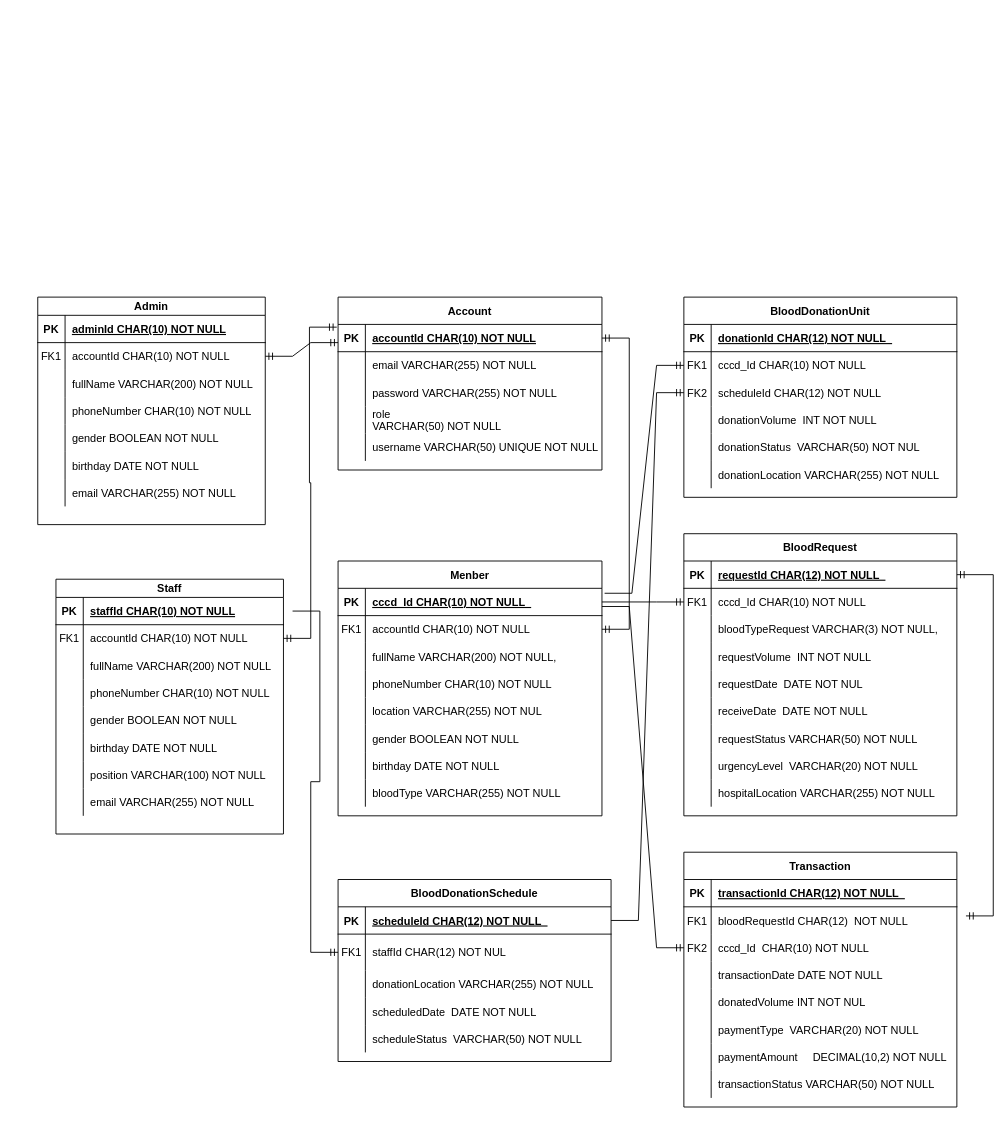
Earlier version of the draw.io diagram ERD.drawio (ThanhDucP/SU25_SWP391). Source tidied: cells renumbered, new cells numbered last; positions are measured from the earlier drawing's top-left corner, leaving out a move shared by most shapes. Both pictures are drawn from the tidied source at 91%, with x=0, y=0 at pixel (37, 297).
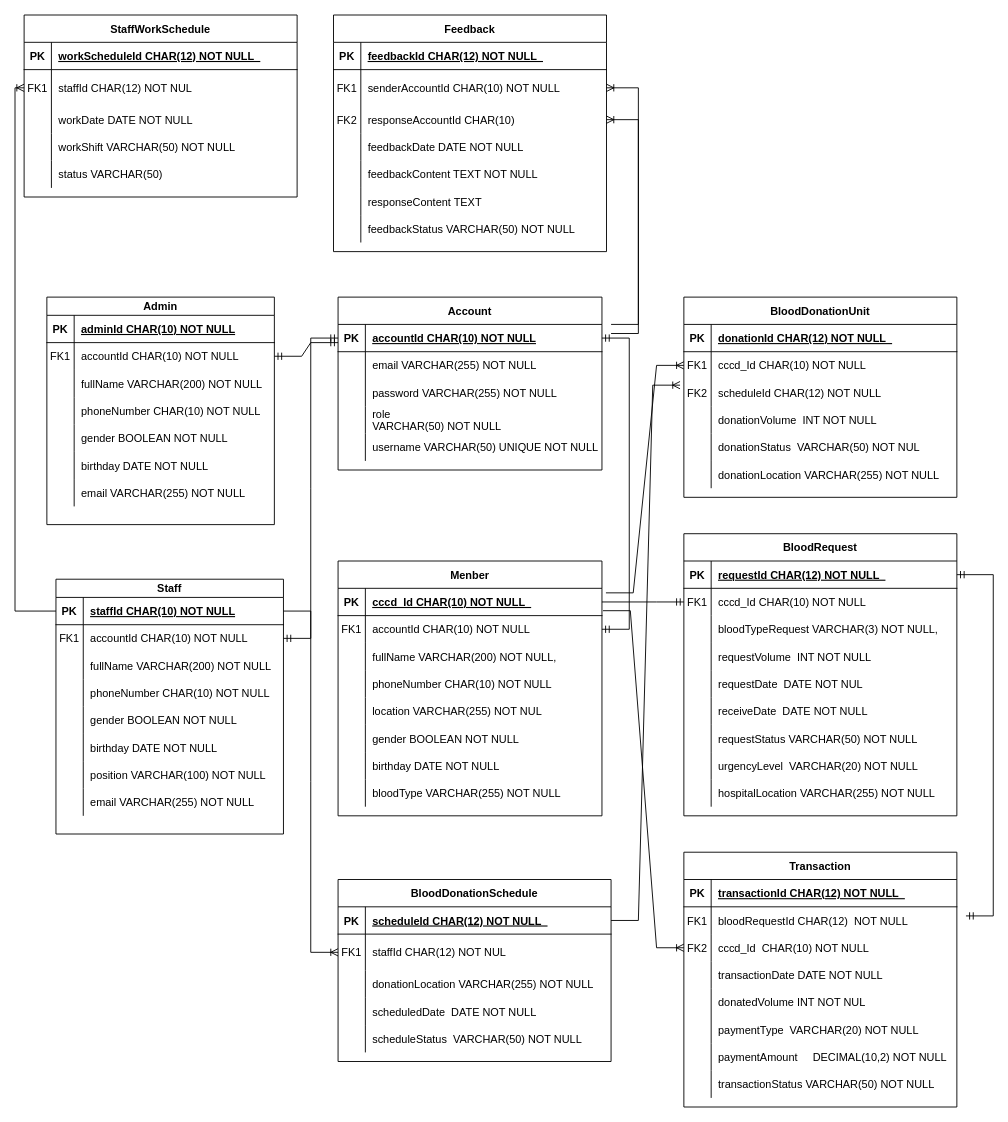
After the change.

Commit message:
Cập nhật ERD.drawio

Unchanged cells that the change refers to:
```xml
<mxCell id="3" style="shape=partialRectangle;fillColor=none;points=[[0,0.5],[1,0.5]];portConstraint=eastwest;top=0;left=0;right=0;bottom=1;" parent="2" vertex="1">
  <mxGeometry y="30" width="290" height="30" as="geometry" />
</mxCell>
<mxCell id="28" style="shape=partialRectangle;fillColor=none;points=[[0,0.5],[1,0.5]];portConstraint=eastwest;top=0;left=0;right=0;bottom=1;" parent="27" vertex="1">
  <mxGeometry y="20" width="250" height="30" as="geometry" />
</mxCell>
<mxCell id="31" style="shape=partialRectangle;fillColor=none;points=[[0,0.5],[1,0.5]];portConstraint=eastwest;top=0;left=0;right=0;bottom=0;" parent="27" vertex="1">
  <mxGeometry y="50" width="250" height="30" as="geometry" />
</mxCell>
<mxCell id="53" style="shape=partialRectangle;fillColor=none;points=[[0,0.5],[1,0.5]];portConstraint=eastwest;top=0;left=0;right=0;bottom=1;" parent="52" vertex="1">
  <mxGeometry y="30" width="290" height="30" as="geometry" />
</mxCell>
<mxCell id="94" style="shape=partialRectangle;fillColor=none;points=[[0,0.5],[1,0.5]];portConstraint=eastwest;top=0;left=0;right=0;bottom=0;" parent="90" vertex="1">
  <mxGeometry y="60" width="300" height="30" as="geometry" />
</mxCell>
<mxCell id="97" style="shape=partialRectangle;fillColor=none;points=[[0,0.5],[1,0.5]];portConstraint=eastwest;top=0;left=0;right=0;bottom=0;" parent="90" vertex="1">
  <mxGeometry y="90" width="300" height="30" as="geometry" />
</mxCell>
<mxCell id="110" style="shape=partialRectangle;fillColor=none;points=[[0,0.5],[1,0.5]];portConstraint=eastwest;top=0;left=0;right=0;bottom=1;" parent="109" vertex="1">
  <mxGeometry y="30" width="300" height="30" as="geometry" />
</mxCell>
<mxCell id="144" style="shape=partialRectangle;fillColor=none;points=[[0,0.5],[1,0.5]];portConstraint=eastwest;top=0;left=0;right=0;bottom=0;" parent="137" vertex="1">
  <mxGeometry y="90" width="300" height="30" as="geometry" />
</mxCell>
<mxCell id="163" style="shape=partialRectangle;fillColor=none;points=[[0,0.5],[1,0.5]];portConstraint=eastwest;top=0;left=0;right=0;bottom=1;" parent="162" vertex="1">
  <mxGeometry y="30" width="300" height="30" as="geometry" />
</mxCell>
<mxCell id="166" style="shape=partialRectangle;fillColor=none;points=[[0,0.5],[1,0.5]];portConstraint=eastwest;top=0;left=0;right=0;bottom=0;" parent="162" vertex="1">
  <mxGeometry y="60" width="300" height="40" as="geometry" />
</mxCell>
```

The edit, as a diff of the source:
```diff
@@
     <mxCell id="68" value="Admin" style="shape=table;startSize=20;childLayout=tableLayout;rowLines=0;fontStyle=1;align=center;" parent="1" vertex="1">
-      <mxGeometry width="250" height="250" as="geometry" />
+      <mxGeometry x="10" width="250" height="250" as="geometry" />
     </mxCell>
@@
-    <mxCell id="178" style="edgeStyle=entityRelationEdgeStyle;fontSize=12;html=1;endArrow=ERmandOne;startArrow=ERmandOne;rounded=0;exitX=1;exitY=0.5;exitDx=0;exitDy=0;entryX=-0.005;entryY=0.1;entryDx=0;entryDy=0;entryPerimeter=0;" parent="1" edge="1" source="31" target="53">
-      <mxGeometry relative="1" as="geometry">
-        <Array as="points">
-          <mxPoint x="330" y="30" />
-        </Array>
-      </mxGeometry>
-    </mxCell>
@@
+    <mxCell id="183" style="edgeStyle=entityRelationEdgeStyle;fontSize=12;html=1;endArrow=ERmandOne;startArrow=ERmandOne;rounded=0;entryX=1;entryY=0.5;entryDx=0;entryDy=0;" parent="1" edge="1" target="110">
+      <mxGeometry relative="1" as="geometry">
+        <mxPoint x="1020" y="680" as="sourcePoint" />
+        <Array as="points">
+          <mxPoint x="1030" y="680" />
+          <mxPoint x="1040" y="680" />
+          <mxPoint x="1030" y="690" />
+          <mxPoint x="650" y="630" />
+          <mxPoint x="680" y="540" />
+          <mxPoint x="680" y="590" />
+        </Array>
+      </mxGeometry>
+    </mxCell>
+    <mxCell id="187" value="StaffWorkSchedule" style="shape=table;startSize=30;childLayout=tableLayout;rowLines=0;fontStyle=1;align=center;" parent="1" vertex="1">
+      <mxGeometry x="-15" y="-310" width="300" height="200" as="geometry" />
+    </mxCell>
+    <mxCell id="188" style="shape=partialRectangle;fillColor=none;top=0;left=0;right=0;bottom=1;" parent="187" vertex="1">
+      <mxGeometry y="30" width="300" height="30" as="geometry" />
+    </mxCell>
+    <mxCell id="189" value="PK" style="shape=partialRectangle;overflow=hidden;fillColor=none;top=0;left=0;bottom=0;right=0;fontStyle=1;" parent="188" vertex="1">
+      <mxGeometry width="30" height="30" as="geometry" />
+    </mxCell>
+    <mxCell id="190" value="workScheduleId CHAR(12) NOT NULL  " style="shape=partialRectangle;overflow=hidden;fillColor=none;top=0;left=0;bottom=0;right=0;align=left;spacingLeft=6;fontStyle=5;" parent="188" vertex="1">
+      <mxGeometry x="30" width="270" height="30" as="geometry" />
+    </mxCell>
+    <mxCell id="191" style="shape=partialRectangle;fillColor=none;points=[[0,0.5],[1,0.5]];portConstraint=eastwest;top=0;left=0;right=0;bottom=0;" parent="187" vertex="1">
+      <mxGeometry y="60" width="300" height="40" as="geometry" />
+    </mxCell>
+    <mxCell id="192" value="FK1" style="shape=partialRectangle;overflow=hidden;fillColor=none;top=0;left=0;bottom=0;right=0;" parent="191" vertex="1">
+      <mxGeometry width="30" height="40" as="geometry" />
+    </mxCell>
+    <mxCell id="193" value="staffId CHAR(12) NOT NUL" style="shape=partialRectangle;overflow=hidden;fillColor=none;top=0;left=0;bottom=0;right=0;align=left;spacingLeft=6;" parent="191" vertex="1">
+      <mxGeometry x="30" width="270" height="40" as="geometry" />
+    </mxCell>
+    <mxCell id="194" style="shape=partialRectangle;fillColor=none;top=0;left=0;right=0;bottom=0;" parent="187" vertex="1">
+      <mxGeometry y="100" width="300" height="30" as="geometry" />
+    </mxCell>
+    <mxCell id="195" style="shape=partialRectangle;overflow=hidden;fillColor=none;top=0;left=0;bottom=0;right=0;" parent="194" vertex="1">
+      <mxGeometry width="30" height="30" as="geometry" />
+    </mxCell>
+    <mxCell id="196" value="workDate DATE NOT NULL" style="shape=partialRectangle;overflow=hidden;fillColor=none;top=0;left=0;bottom=0;right=0;align=left;spacingLeft=6;" parent="194" vertex="1">
+      <mxGeometry x="30" width="270" height="30" as="geometry" />
+    </mxCell>
+    <mxCell id="197" style="shape=partialRectangle;fillColor=none;top=0;left=0;right=0;bottom=0;" parent="187" vertex="1">
+      <mxGeometry y="130" width="300" height="30" as="geometry" />
+    </mxCell>
+    <mxCell id="198" style="shape=partialRectangle;overflow=hidden;fillColor=none;top=0;left=0;bottom=0;right=0;" parent="197" vertex="1">
+      <mxGeometry width="30" height="30" as="geometry" />
+    </mxCell>
+    <mxCell id="199" value="workShift VARCHAR(50) NOT NULL" style="shape=partialRectangle;overflow=hidden;fillColor=none;top=0;left=0;bottom=0;right=0;align=left;spacingLeft=6;" parent="197" vertex="1">
+      <mxGeometry x="30" width="270" height="30" as="geometry" />
+    </mxCell>
+    <mxCell id="200" style="shape=partialRectangle;fillColor=none;top=0;left=0;right=0;bottom=0;" parent="187" vertex="1">
+      <mxGeometry y="160" width="300" height="30" as="geometry" />
+    </mxCell>
+    <mxCell id="201" style="shape=partialRectangle;overflow=hidden;fillColor=none;top=0;left=0;bottom=0;right=0;" parent="200" vertex="1">
+      <mxGeometry width="30" height="30" as="geometry" />
+    </mxCell>
+    <mxCell id="202" value="status VARCHAR(50)" style="shape=partialRectangle;overflow=hidden;fillColor=none;top=0;left=0;bottom=0;right=0;align=left;spacingLeft=6;" parent="200" vertex="1">
+      <mxGeometry x="30" width="270" height="30" as="geometry" />
+    </mxCell>
+    <mxCell id="203" value="Feedback" style="shape=table;startSize=30;childLayout=tableLayout;rowLines=0;fontStyle=1;align=center;" parent="1" vertex="1">
+      <mxGeometry x="325" y="-310" width="300" height="260" as="geometry" />
+    </mxCell>
+    <mxCell id="204" style="shape=partialRectangle;fillColor=none;top=0;left=0;right=0;bottom=1;" parent="203" vertex="1">
+      <mxGeometry y="30" width="300" height="30" as="geometry" />
+    </mxCell>
+    <mxCell id="205" value="PK" style="shape=partialRectangle;overflow=hidden;fillColor=none;top=0;left=0;bottom=0;right=0;fontStyle=1;" parent="204" vertex="1">
+      <mxGeometry width="30" height="30" as="geometry" />
+    </mxCell>
+    <mxCell id="206" value="feedbackId CHAR(12) NOT NULL  " style="shape=partialRectangle;overflow=hidden;fillColor=none;top=0;left=0;bottom=0;right=0;align=left;spacingLeft=6;fontStyle=5;" parent="204" vertex="1">
+      <mxGeometry x="30" width="270" height="30" as="geometry" />
+    </mxCell>
+    <mxCell id="207" style="shape=partialRectangle;fillColor=none;points=[[0,0.5],[1,0.5]];portConstraint=eastwest;top=0;left=0;right=0;bottom=0;" parent="203" vertex="1">
+      <mxGeometry y="60" width="300" height="40" as="geometry" />
+    </mxCell>
+    <mxCell id="208" value="FK1" style="shape=partialRectangle;overflow=hidden;fillColor=none;top=0;left=0;bottom=0;right=0;" parent="207" vertex="1">
+      <mxGeometry width="30" height="40" as="geometry" />
+    </mxCell>
+    <mxCell id="209" value="senderAccountId CHAR(10) NOT NULL" style="shape=partialRectangle;overflow=hidden;fillColor=none;top=0;left=0;bottom=0;right=0;align=left;spacingLeft=6;" parent="207" vertex="1">
+      <mxGeometry x="30" width="270" height="40" as="geometry" />
+    </mxCell>
+    <mxCell id="210" style="shape=partialRectangle;fillColor=none;points=[[0,0.5],[1,0.5]];portConstraint=eastwest;top=0;left=0;right=0;bottom=0;" parent="203" vertex="1">
+      <mxGeometry y="100" width="300" height="30" as="geometry" />
+    </mxCell>
+    <mxCell id="211" value="FK2" style="shape=partialRectangle;overflow=hidden;fillColor=none;top=0;left=0;bottom=0;right=0;" parent="210" vertex="1">
+      <mxGeometry width="30" height="30" as="geometry" />
+    </mxCell>
+    <mxCell id="212" value="responseAccountId CHAR(10)" style="shape=partialRectangle;overflow=hidden;fillColor=none;top=0;left=0;bottom=0;right=0;align=left;spacingLeft=6;" parent="210" vertex="1">
+      <mxGeometry x="30" width="270" height="30" as="geometry" />
+    </mxCell>
+    <mxCell id="213" style="shape=partialRectangle;fillColor=none;top=0;left=0;right=0;bottom=0;" parent="203" vertex="1">
+      <mxGeometry y="130" width="300" height="30" as="geometry" />
+    </mxCell>
+    <mxCell id="214" style="shape=partialRectangle;overflow=hidden;fillColor=none;top=0;left=0;bottom=0;right=0;" parent="213" vertex="1">
+      <mxGeometry width="30" height="30" as="geometry" />
+    </mxCell>
+    <mxCell id="215" value="feedbackDate DATE NOT NULL" style="shape=partialRectangle;overflow=hidden;fillColor=none;top=0;left=0;bottom=0;right=0;align=left;spacingLeft=6;" parent="213" vertex="1">
+      <mxGeometry x="30" width="270" height="30" as="geometry" />
+    </mxCell>
+    <mxCell id="216" style="shape=partialRectangle;fillColor=none;top=0;left=0;right=0;bottom=0;" parent="203" vertex="1">
+      <mxGeometry y="160" width="300" height="30" as="geometry" />
+    </mxCell>
+    <mxCell id="217" style="shape=partialRectangle;overflow=hidden;fillColor=none;top=0;left=0;bottom=0;right=0;" parent="216" vertex="1">
+      <mxGeometry width="30" height="30" as="geometry" />
+    </mxCell>
+    <mxCell id="218" value="feedbackContent TEXT NOT NULL" style="shape=partialRectangle;overflow=hidden;fillColor=none;top=0;left=0;bottom=0;right=0;align=left;spacingLeft=6;" parent="216" vertex="1">
+      <mxGeometry x="30" width="270" height="30" as="geometry" />
+    </mxCell>
+    <mxCell id="219" style="shape=partialRectangle;fillColor=none;top=0;left=0;right=0;bottom=0;" parent="203" vertex="1">
+      <mxGeometry y="190" width="300" height="30" as="geometry" />
+    </mxCell>
+    <mxCell id="220" style="shape=partialRectangle;overflow=hidden;fillColor=none;top=0;left=0;bottom=0;right=0;" parent="219" vertex="1">
+      <mxGeometry width="30" height="30" as="geometry" />
+    </mxCell>
+    <mxCell id="221" value="responseContent TEXT" style="shape=partialRectangle;overflow=hidden;fillColor=none;top=0;left=0;bottom=0;right=0;align=left;spacingLeft=6;" parent="219" vertex="1">
+      <mxGeometry x="30" width="270" height="30" as="geometry" />
+    </mxCell>
+    <mxCell id="222" style="shape=partialRectangle;fillColor=none;top=0;left=0;right=0;bottom=0;" parent="203" vertex="1">
+      <mxGeometry y="220" width="300" height="30" as="geometry" />
+    </mxCell>
+    <mxCell id="223" style="shape=partialRectangle;overflow=hidden;fillColor=none;top=0;left=0;bottom=0;right=0;" parent="222" vertex="1">
+      <mxGeometry width="30" height="30" as="geometry" />
+    </mxCell>
+    <mxCell id="224" value="feedbackStatus VARCHAR(50) NOT NULL" style="shape=partialRectangle;overflow=hidden;fillColor=none;top=0;left=0;bottom=0;right=0;align=left;spacingLeft=6;" parent="222" vertex="1">
+      <mxGeometry x="30" width="270" height="30" as="geometry" />
+    </mxCell>
+    <mxCell id="225" style="edgeStyle=entityRelationEdgeStyle;fontSize=12;html=1;endArrow=ERoneToMany;rounded=0;exitX=1;exitY=0.5;exitDx=0;exitDy=0;entryX=0;entryY=0.5;entryDx=0;entryDy=0;" parent="1" edge="1" source="28" target="166">
+      <mxGeometry relative="1" as="geometry" />
+    </mxCell>
+    <mxCell id="178" style="edgeStyle=entityRelationEdgeStyle;fontSize=12;html=1;endArrow=ERmandOne;startArrow=ERmandOne;rounded=0;exitX=1;exitY=0.5;exitDx=0;exitDy=0;entryX=0;entryY=0.5;entryDx=0;entryDy=0;" parent="1" edge="1" source="31" target="53">
+      <mxGeometry relative="1" as="geometry" />
+    </mxCell>
-    <mxCell id="182" style="edgeStyle=entityRelationEdgeStyle;fontSize=12;html=1;endArrow=ERmandOne;rounded=0;exitX=1.01;exitY=0.181;exitDx=0;exitDy=0;exitPerimeter=0;entryX=0;entryY=0.5;entryDx=0;entryDy=0;" parent="1" edge="1" source="3" target="94">
+    <mxCell id="182" style="edgeStyle=entityRelationEdgeStyle;fontSize=12;html=1;endArrow=ERoneToMany;rounded=0;entryX=0;entryY=0.5;entryDx=0;entryDy=0;exitX=1.015;exitY=0.166;exitDx=0;exitDy=0;exitPerimeter=0;" parent="1" edge="1" source="3" target="94">
       <mxGeometry relative="1" as="geometry" />
     </mxCell>
-    <mxCell id="183" style="edgeStyle=entityRelationEdgeStyle;fontSize=12;html=1;endArrow=ERmandOne;startArrow=ERmandOne;rounded=0;entryX=1;entryY=0.5;entryDx=0;entryDy=0;" parent="1" edge="1" target="110">
-      <mxGeometry relative="1" as="geometry">
-        <mxPoint x="1020" y="680" as="sourcePoint" />
-        <Array as="points">
-          <mxPoint x="1030" y="680" />
-          <mxPoint x="1040" y="680" />
-          <mxPoint x="1030" y="690" />
-          <mxPoint x="650" y="630" />
-          <mxPoint x="680" y="540" />
-          <mxPoint x="680" y="590" />
-        </Array>
-      </mxGeometry>
-    </mxCell>
-    <mxCell id="184" style="edgeStyle=entityRelationEdgeStyle;fontSize=12;html=1;endArrow=ERmandOne;rounded=0;entryX=0;entryY=0.5;entryDx=0;entryDy=0;" parent="1" edge="1" target="144">
-      <mxGeometry relative="1" as="geometry">
-        <mxPoint x="620" y="340" as="sourcePoint" />
-      </mxGeometry>
-    </mxCell>
+    <mxCell id="226" style="edgeStyle=entityRelationEdgeStyle;fontSize=12;html=1;endArrow=ERoneToMany;rounded=0;exitX=1.004;exitY=0.82;exitDx=0;exitDy=0;exitPerimeter=0;entryX=0;entryY=0.5;entryDx=0;entryDy=0;" parent="1" edge="1" source="3" target="144">
+      <mxGeometry relative="1" as="geometry" />
+    </mxCell>
-    <mxCell id="185" style="edgeStyle=entityRelationEdgeStyle;fontSize=12;html=1;endArrow=ERmandOne;rounded=0;exitX=1;exitY=0.5;exitDx=0;exitDy=0;entryX=0;entryY=0.5;entryDx=0;entryDy=0;" parent="1" edge="1" source="163" target="97">
+    <mxCell id="185" style="edgeStyle=entityRelationEdgeStyle;fontSize=12;html=1;endArrow=ERoneToMany;rounded=0;exitX=1;exitY=0.5;exitDx=0;exitDy=0;entryX=-0.014;entryY=0.225;entryDx=0;entryDy=0;entryPerimeter=0;" parent="1" edge="1" source="163" target="97">
       <mxGeometry relative="1" as="geometry" />
     </mxCell>
-    <mxCell id="186" style="edgeStyle=entityRelationEdgeStyle;fontSize=12;html=1;endArrow=ERmandOne;rounded=0;entryX=0;entryY=0.5;entryDx=0;entryDy=0;" parent="1" edge="1" target="166">
-      <mxGeometry relative="1" as="geometry">
-        <mxPoint x="280" y="345" as="sourcePoint" />
-      </mxGeometry>
-    </mxCell>
+    <mxCell id="227" style="edgeStyle=entityRelationEdgeStyle;fontSize=12;html=1;endArrow=ERoneToMany;rounded=0;entryX=1;entryY=0.5;entryDx=0;entryDy=0;" parent="1" edge="1" target="207">
+      <mxGeometry relative="1" as="geometry">
+        <mxPoint x="630" y="40" as="sourcePoint" />
+        <Array as="points">
+          <mxPoint x="670" y="-10" />
+        </Array>
+      </mxGeometry>
+    </mxCell>
+    <mxCell id="228" style="edgeStyle=entityRelationEdgeStyle;fontSize=12;html=1;endArrow=ERoneToMany;rounded=0;entryX=1;entryY=0.5;entryDx=0;entryDy=0;" parent="1" edge="1" target="210">
+      <mxGeometry relative="1" as="geometry">
+        <mxPoint x="630" y="30" as="sourcePoint" />
+        <Array as="points">
+          <mxPoint x="840" y="-260" />
+        </Array>
+      </mxGeometry>
+    </mxCell>
+    <mxCell id="229" style="edgeStyle=orthogonalEdgeStyle;fontSize=12;html=1;endArrow=ERoneToMany;rounded=0;exitX=0;exitY=0.5;exitDx=0;exitDy=0;entryX=0;entryY=0.5;entryDx=0;entryDy=0;" parent="1" edge="1" source="28" target="191">
+      <mxGeometry relative="1" as="geometry" />
+    </mxCell>
```
